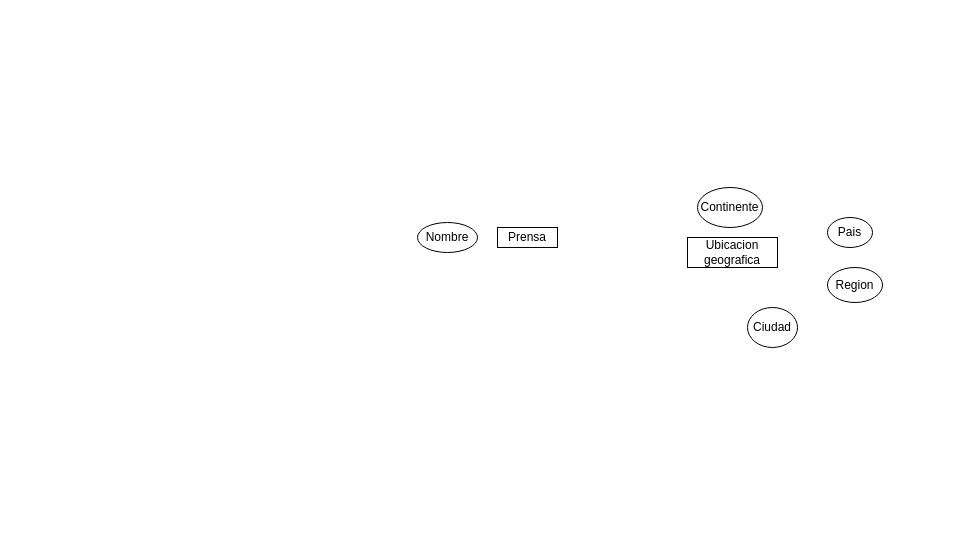
This is CubaMedios.drawio from Paskiben/INFO133-equipo12, a draw.io file, before an edit. Source tidied: cells renumbered, new cells numbered last; positions are measured from the earlier drawing's top-left corner, leaving out a move shared by most shapes. Both pictures are drawn from the tidied source at 100%, with x=0, y=0 at pixel (417, 187).
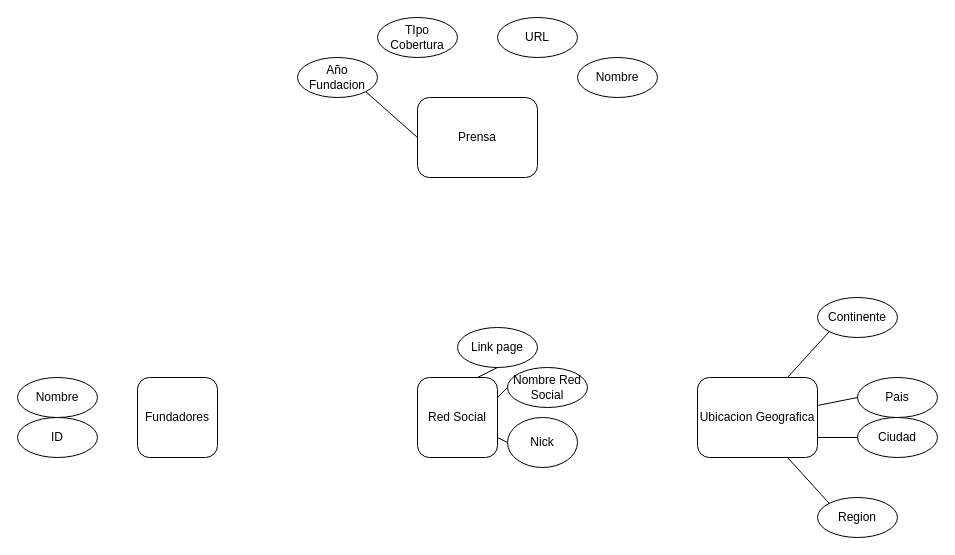
Above is the later version.

Diff of the diagram source:
```diff
@@
-    <mxCell id="2" value="Prensa" style="rounded=0;whiteSpace=wrap;html=1;" parent="1" vertex="1">
-      <mxGeometry x="80" y="40" width="60" height="20" as="geometry" />
-    </mxCell>
     <mxCell id="3" value="Nombre" style="ellipse;whiteSpace=wrap;html=1;" parent="1" vertex="1">
-      <mxGeometry y="35" width="60" height="30" as="geometry" />
+      <mxGeometry x="160" y="-130" width="80" height="40" as="geometry" />
     </mxCell>
-    <mxCell id="4" value="Ubicacion geografica" style="rounded=0;whiteSpace=wrap;html=1;" parent="1" vertex="1">
-      <mxGeometry x="270" y="50" width="90" height="30" as="geometry" />
-    </mxCell>
     <mxCell id="5" value="Ciudad" style="ellipse;whiteSpace=wrap;html=1;" parent="1" vertex="1">
-      <mxGeometry x="330" y="120" width="50" height="40" as="geometry" />
+      <mxGeometry x="440" y="230" width="80" height="40" as="geometry" />
     </mxCell>
     <mxCell id="6" value="Region" style="ellipse;whiteSpace=wrap;html=1;" parent="1" vertex="1">
-      <mxGeometry x="410" y="80" width="55" height="35" as="geometry" />
+      <mxGeometry x="400" y="310" width="80" height="40" as="geometry" />
     </mxCell>
     <mxCell id="7" value="Pais" style="ellipse;whiteSpace=wrap;html=1;" parent="1" vertex="1">
-      <mxGeometry x="410" y="30" width="45" height="30" as="geometry" />
+      <mxGeometry x="440" y="190" width="80" height="40" as="geometry" />
     </mxCell>
     <mxCell id="8" value="Continente" style="ellipse;whiteSpace=wrap;html=1;" parent="1" vertex="1">
-      <mxGeometry x="280" width="65" height="40" as="geometry" />
+      <mxGeometry x="400" y="110" width="80" height="40" as="geometry" />
     </mxCell>
+    <mxCell id="9" value="Nombre" style="ellipse;whiteSpace=wrap;html=1;" parent="1" vertex="1">
+      <mxGeometry x="-400" y="190" width="80" height="40" as="geometry" />
+    </mxCell>
+    <mxCell id="10" value="Fundadores" style="rounded=1;whiteSpace=wrap;html=1;" parent="1" vertex="1">
+      <mxGeometry x="-280" y="190" width="80" height="80" as="geometry" />
+    </mxCell>
+    <mxCell id="2" value="Prensa" style="rounded=1;whiteSpace=wrap;html=1;" parent="1" vertex="1">
+      <mxGeometry y="-90" width="120" height="80" as="geometry" />
+    </mxCell>
+    <mxCell id="11" value="Año Fundacion" style="ellipse;whiteSpace=wrap;html=1;" parent="1" vertex="1">
+      <mxGeometry x="-120" y="-130" width="80" height="40" as="geometry" />
+    </mxCell>
+    <mxCell id="12" value="TIpo Cobertura" style="ellipse;whiteSpace=wrap;html=1;" parent="1" vertex="1">
+      <mxGeometry x="-40" y="-170" width="80" height="40" as="geometry" />
+    </mxCell>
+    <mxCell id="13" value="Ubicacion Geografica" style="rounded=1;whiteSpace=wrap;html=1;" parent="1" vertex="1">
+      <mxGeometry x="280" y="190" width="120" height="80" as="geometry" />
+    </mxCell>
+    <mxCell id="14" value="URL" style="ellipse;whiteSpace=wrap;html=1;" parent="1" vertex="1">
+      <mxGeometry x="80" y="-170" width="80" height="40" as="geometry" />
+    </mxCell>
+    <mxCell id="15" value="Red Social" style="rounded=1;whiteSpace=wrap;html=1;" parent="1" vertex="1">
+      <mxGeometry y="190" width="80" height="80" as="geometry" />
+    </mxCell>
+    <mxCell id="16" value="Nombre Red Social" style="ellipse;whiteSpace=wrap;html=1;" parent="1" vertex="1">
+      <mxGeometry x="90" y="180" width="80" height="40" as="geometry" />
+    </mxCell>
+    <mxCell id="17" value="ID" style="ellipse;whiteSpace=wrap;html=1;" parent="1" vertex="1">
+      <mxGeometry x="-400" y="230" width="80" height="40" as="geometry" />
+    </mxCell>
+    <mxCell id="18" value="Nick" style="ellipse;whiteSpace=wrap;html=1;" parent="1" vertex="1">
+      <mxGeometry x="90" y="230" width="70" height="50" as="geometry" />
+    </mxCell>
+    <mxCell id="19" value="Link page" style="ellipse;whiteSpace=wrap;html=1;" parent="1" vertex="1">
+      <mxGeometry x="40" y="140" width="80" height="40" as="geometry" />
+    </mxCell>
+    <mxCell id="20" style="endArrow=none;html=1;entryX=0.5;entryY=1;entryDx=0;entryDy=0;exitX=0.75;exitY=0;exitDx=0;exitDy=0;" parent="1" edge="1" source="15" target="19">
+      <mxGeometry relative="1" as="geometry" />
+    </mxCell>
+    <mxCell id="21" style="endArrow=none;html=1;entryX=0;entryY=0.5;entryDx=0;entryDy=0;exitX=1;exitY=0.25;exitDx=0;exitDy=0;" parent="1" edge="1" source="15" target="16">
+      <mxGeometry relative="1" as="geometry" />
+    </mxCell>
+    <mxCell id="22" style="endArrow=none;html=1;entryX=0;entryY=0.5;entryDx=0;entryDy=0;exitX=1;exitY=0.75;exitDx=0;exitDy=0;" parent="1" edge="1" source="15" target="18">
+      <mxGeometry relative="1" as="geometry" />
+    </mxCell>
+    <mxCell id="23" style="endArrow=none;html=1;entryX=0;entryY=1;entryDx=0;entryDy=0;exitX=0.75;exitY=0;exitDx=0;exitDy=0;" parent="1" edge="1" source="13" target="8">
+      <mxGeometry relative="1" as="geometry" />
+    </mxCell>
+    <mxCell id="24" style="endArrow=none;html=1;entryX=0;entryY=0.5;entryDx=0;entryDy=0;" parent="1" edge="1" source="13" target="7">
+      <mxGeometry relative="1" as="geometry" />
+    </mxCell>
+    <mxCell id="25" style="endArrow=none;html=1;entryX=0;entryY=0.5;entryDx=0;entryDy=0;exitX=1;exitY=0.75;exitDx=0;exitDy=0;" parent="1" edge="1" source="13" target="5">
+      <mxGeometry relative="1" as="geometry" />
+    </mxCell>
+    <mxCell id="26" style="endArrow=none;html=1;entryX=0.75;entryY=1;entryDx=0;entryDy=0;exitX=0;exitY=0;exitDx=0;exitDy=0;" parent="1" edge="1" source="6" target="13">
+      <mxGeometry relative="1" as="geometry" />
+    </mxCell>
+    <mxCell id="27" style="endArrow=none;html=1;entryX=1;entryY=1;entryDx=0;entryDy=0;exitX=0;exitY=0.5;exitDx=0;exitDy=0;" parent="1" edge="1" source="2" target="11">
+      <mxGeometry relative="1" as="geometry" />
+    </mxCell>
```
